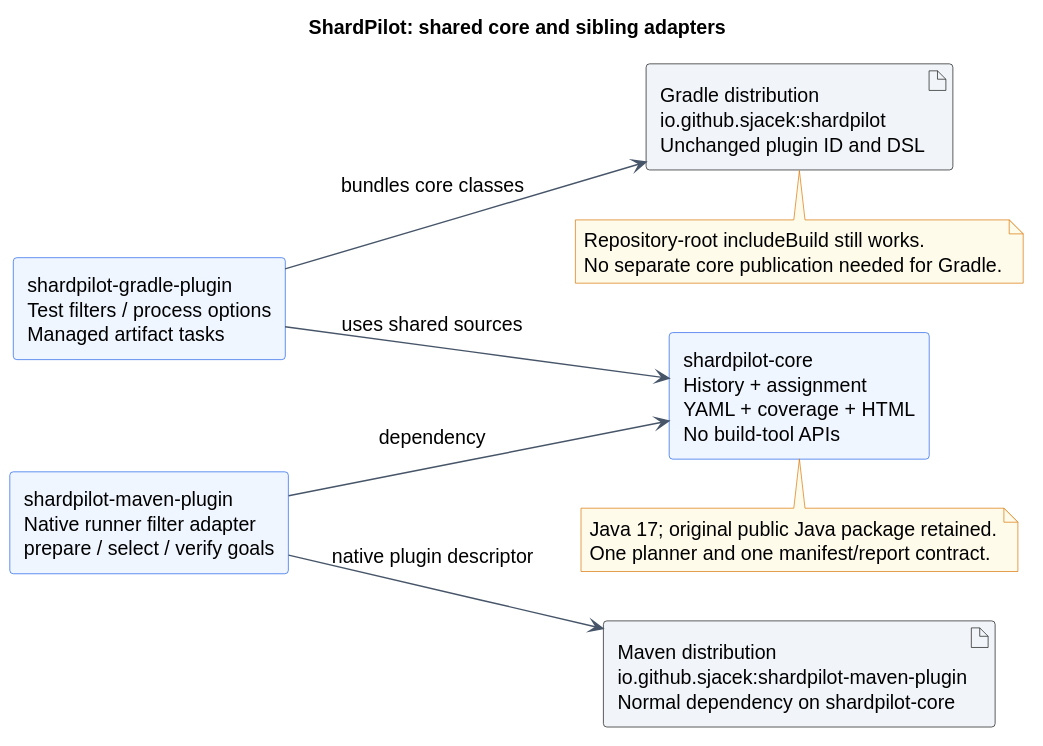
Earlier version of the PlantUML export docs/diagrams/modules.svg (sjacek/shardpilot). Its source is kept beside it as docs/diagrams/modules.puml.
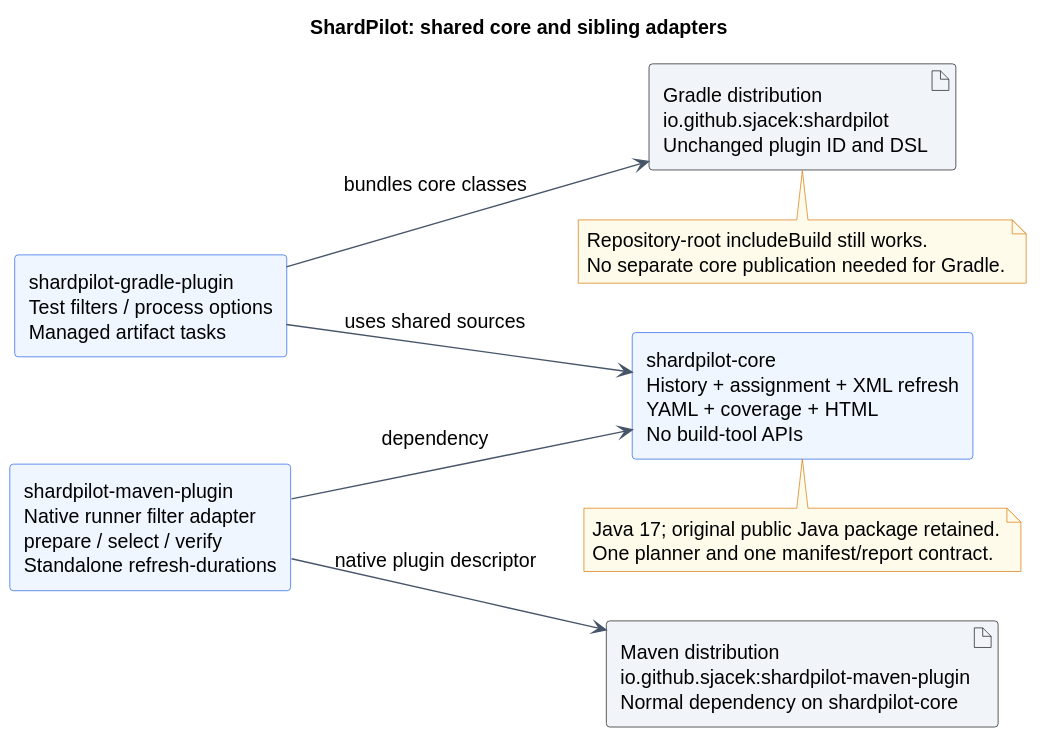
The same file after the commit.

Diff of the diagram source:
```diff
@@ -12,9 +12,9 @@
 skinparam noteBackgroundColor #FFFBEB
 skinparam noteBorderColor #D97706
 
-component "shardpilot-core\nHistory + assignment\nYAML + coverage + HTML\nNo build-tool APIs" as core
+component "shardpilot-core\nHistory + assignment + XML refresh\nYAML + coverage + HTML\nNo build-tool APIs" as core
 component "shardpilot-gradle-plugin\nTest filters / process options\nManaged artifact tasks" as gradle
-component "shardpilot-maven-plugin\nNative runner filter adapter\nprepare / select / verify goals" as maven
+component "shardpilot-maven-plugin\nNative runner filter adapter\nprepare / select / verify\nStandalone refresh-durations" as maven
 artifact "Gradle distribution\nio.github.sjacek:shardpilot\nUnchanged plugin ID and DSL" as gradleJar #F1F5F9
 artifact "Maven distribution\nio.github.sjacek:shardpilot-maven-plugin\nNormal dependency on shardpilot-core" as mavenJar #F1F5F9
 
```
